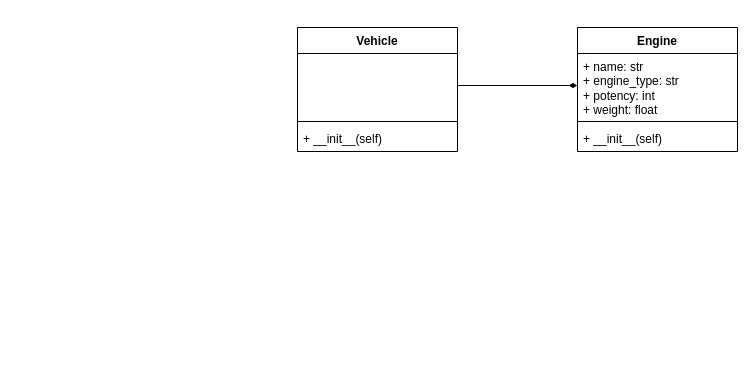
This is WorkShops/WorkShop-1/SM-WorkShop1-Diagram.drawio from YoshiK13/Software-Modeling-1, a draw.io file, before an edit. Source tidied: cells renumbered, new cells numbered last; positions are measured from the earlier drawing's top-left corner, leaving out a move shared by most shapes. Both pictures are drawn from the tidied source at 100%, with x=0, y=0 at pixel (297, 27).
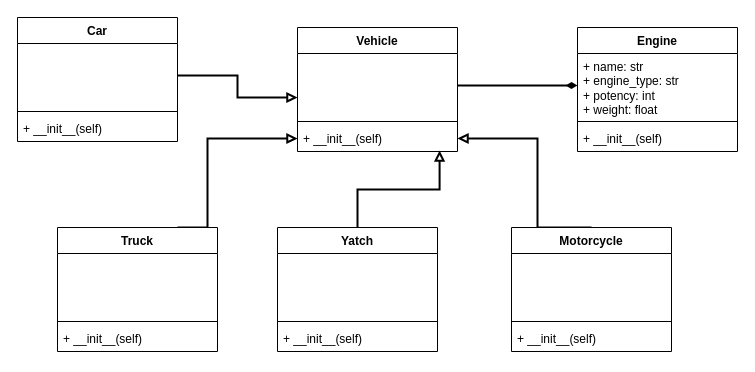
Above is the later version.

Unchanged cells that the change refers to:
```xml
<mxCell id="3" value="+ name: str&lt;div&gt;+&amp;nbsp;&lt;span style=&quot;background-color: initial;&quot;&gt;engine_type: str&lt;/span&gt;&lt;/div&gt;&lt;div&gt;&lt;span style=&quot;background-color: initial;&quot;&gt;+ potency: int&lt;/span&gt;&lt;/div&gt;&lt;div&gt;&lt;span style=&quot;background-color: initial;&quot;&gt;+ weight: float&lt;/span&gt;&lt;/div&gt;&lt;p class=&quot;MsoNormal&quot;&gt;&lt;span lang=&quot;ES-CO&quot;&gt;&lt;/span&gt;&lt;/p&gt;&lt;div&gt;&lt;br&gt;&lt;div&gt;&lt;br&gt;&lt;/div&gt;&lt;/div&gt;" style="text;strokeColor=none;fillColor=none;align=left;verticalAlign=top;spacingLeft=4;spacingRight=4;overflow=hidden;points=[[0,0.5],[1,0.5]];portConstraint=eastwest;whiteSpace=wrap;html=1;" parent="2" vertex="1">
  <mxGeometry y="26" width="160" height="64" as="geometry" />
</mxCell>
<mxCell id="7" value="&lt;div&gt;&lt;div&gt;&lt;br&gt;&lt;/div&gt;&lt;/div&gt;" style="text;strokeColor=none;fillColor=none;align=left;verticalAlign=top;spacingLeft=4;spacingRight=4;overflow=hidden;points=[[0,0.5],[1,0.5]];portConstraint=eastwest;whiteSpace=wrap;html=1;" parent="6" vertex="1">
  <mxGeometry y="26" width="160" height="64" as="geometry" />
</mxCell>
<mxCell id="9" value="+ __init__(self)" style="text;strokeColor=none;fillColor=none;align=left;verticalAlign=top;spacingLeft=4;spacingRight=4;overflow=hidden;points=[[0,0.5],[1,0.5]];portConstraint=eastwest;whiteSpace=wrap;html=1;" parent="6" vertex="1">
  <mxGeometry y="98" width="160" height="26" as="geometry" />
</mxCell>
```

Diff of the diagram source:
```diff
@@
-    <mxCell id="11" style="edgeStyle=orthogonalEdgeStyle;rounded=0;jettySize=auto;html=1;exitX=1;exitY=0.5;exitDx=0;exitDy=0;entryX=0;entryY=0.5;entryDx=0;entryDy=0;endArrow=diamondThin;endFill=1;" parent="1" edge="1" source="7" target="3">
+    <mxCell id="11" style="edgeStyle=orthogonalEdgeStyle;rounded=0;jettySize=auto;html=1;exitX=1;exitY=0.5;exitDx=0;exitDy=0;entryX=0;entryY=0.5;entryDx=0;entryDy=0;endArrow=diamondThin;endFill=1;strokeWidth=2;" parent="1" edge="1" source="7" target="3">
       <mxGeometry relative="1" as="geometry" />
     </mxCell>
+    <mxCell id="12" style="edgeStyle=orthogonalEdgeStyle;rounded=0;jettySize=auto;html=1;exitX=0.75;exitY=0;exitDx=0;exitDy=0;entryX=0;entryY=0.5;entryDx=0;entryDy=0;strokeWidth=2;endArrow=block;endFill=0;" parent="1" edge="1" source="13" target="9">
+      <mxGeometry relative="1" as="geometry">
+        <Array as="points">
+          <mxPoint x="-90" y="200" />
+          <mxPoint x="-90" y="111" />
+        </Array>
+      </mxGeometry>
+    </mxCell>
+    <mxCell id="13" value="Truck" style="swimlane;fontStyle=1;align=center;verticalAlign=top;horizontal=1;startSize=26;whiteSpace=wrap;html=1;direction=east;" parent="1" vertex="1">
+      <mxGeometry x="-240" y="200" width="160" height="124" as="geometry" />
+    </mxCell>
+    <mxCell id="14" value="&lt;div&gt;&lt;div&gt;&lt;br&gt;&lt;/div&gt;&lt;/div&gt;" style="text;strokeColor=none;fillColor=none;align=left;verticalAlign=top;spacingLeft=4;spacingRight=4;overflow=hidden;whiteSpace=wrap;html=1;" parent="13" vertex="1">
+      <mxGeometry y="26" width="160" height="64" as="geometry" />
+    </mxCell>
+    <mxCell id="15" style="line;strokeWidth=1;fillColor=none;align=left;verticalAlign=middle;spacingTop=-1;spacingLeft=3;spacingRight=3;labelPosition=right;strokeColor=inherit;" parent="13" vertex="1">
+      <mxGeometry y="90" width="160" height="8" as="geometry" />
+    </mxCell>
+    <mxCell id="16" value="+ __init__(self)" style="text;strokeColor=none;fillColor=none;align=left;verticalAlign=top;spacingLeft=4;spacingRight=4;overflow=hidden;whiteSpace=wrap;html=1;" parent="13" vertex="1">
+      <mxGeometry y="98" width="160" height="26" as="geometry" />
+    </mxCell>
+    <mxCell id="17" value="Yatch" style="swimlane;fontStyle=1;align=center;verticalAlign=top;horizontal=1;startSize=26;whiteSpace=wrap;html=1;direction=east;" parent="1" vertex="1">
+      <mxGeometry x="-20" y="200" width="160" height="124" as="geometry" />
+    </mxCell>
+    <mxCell id="18" value="&lt;div&gt;&lt;div&gt;&lt;br&gt;&lt;/div&gt;&lt;/div&gt;" style="text;strokeColor=none;fillColor=none;align=left;verticalAlign=top;spacingLeft=4;spacingRight=4;overflow=hidden;whiteSpace=wrap;html=1;" parent="17" vertex="1">
+      <mxGeometry y="26" width="160" height="64" as="geometry" />
+    </mxCell>
+    <mxCell id="19" style="line;strokeWidth=1;fillColor=none;align=left;verticalAlign=middle;spacingTop=-1;spacingLeft=3;spacingRight=3;labelPosition=right;strokeColor=inherit;" parent="17" vertex="1">
+      <mxGeometry y="90" width="160" height="8" as="geometry" />
+    </mxCell>
+    <mxCell id="20" value="+ __init__(self)" style="text;strokeColor=none;fillColor=none;align=left;verticalAlign=top;spacingLeft=4;spacingRight=4;overflow=hidden;whiteSpace=wrap;html=1;" parent="17" vertex="1">
+      <mxGeometry y="98" width="160" height="26" as="geometry" />
+    </mxCell>
+    <mxCell id="21" style="edgeStyle=orthogonalEdgeStyle;rounded=0;jettySize=auto;html=1;exitX=0.5;exitY=0;exitDx=0;exitDy=0;entryX=1;entryY=0.5;entryDx=0;entryDy=0;strokeWidth=2;endArrow=block;endFill=0;" parent="1" edge="1" source="22" target="9">
+      <mxGeometry relative="1" as="geometry">
+        <Array as="points">
+          <mxPoint x="240" y="200" />
+          <mxPoint x="240" y="111" />
+        </Array>
+      </mxGeometry>
+    </mxCell>
+    <mxCell id="22" value="Motorcycle" style="swimlane;fontStyle=1;align=center;verticalAlign=top;horizontal=1;startSize=26;whiteSpace=wrap;html=1;direction=east;" parent="1" vertex="1">
+      <mxGeometry x="214" y="200" width="160" height="124" as="geometry" />
+    </mxCell>
+    <mxCell id="23" value="&lt;div&gt;&lt;div&gt;&lt;br&gt;&lt;/div&gt;&lt;/div&gt;" style="text;strokeColor=none;fillColor=none;align=left;verticalAlign=top;spacingLeft=4;spacingRight=4;overflow=hidden;whiteSpace=wrap;html=1;" parent="22" vertex="1">
+      <mxGeometry y="26" width="160" height="64" as="geometry" />
+    </mxCell>
+    <mxCell id="24" style="line;strokeWidth=1;fillColor=none;align=left;verticalAlign=middle;spacingTop=-1;spacingLeft=3;spacingRight=3;labelPosition=right;strokeColor=inherit;" parent="22" vertex="1">
+      <mxGeometry y="90" width="160" height="8" as="geometry" />
+    </mxCell>
+    <mxCell id="25" value="+ __init__(self)" style="text;strokeColor=none;fillColor=none;align=left;verticalAlign=top;spacingLeft=4;spacingRight=4;overflow=hidden;whiteSpace=wrap;html=1;" parent="22" vertex="1">
+      <mxGeometry y="98" width="160" height="26" as="geometry" />
+    </mxCell>
+    <mxCell id="26" value="Car" style="swimlane;fontStyle=1;align=center;verticalAlign=top;horizontal=1;startSize=26;whiteSpace=wrap;html=1;direction=east;" parent="1" vertex="1">
+      <mxGeometry x="-280" y="-10" width="160" height="124" as="geometry" />
+    </mxCell>
+    <mxCell id="27" value="&lt;div&gt;&lt;div&gt;&lt;br&gt;&lt;/div&gt;&lt;/div&gt;" style="text;strokeColor=none;fillColor=none;align=left;verticalAlign=top;spacingLeft=4;spacingRight=4;overflow=hidden;points=[[0,0.5],[1,0.5]];portConstraint=eastwest;whiteSpace=wrap;html=1;" parent="26" vertex="1">
+      <mxGeometry y="26" width="160" height="64" as="geometry" />
+    </mxCell>
+    <mxCell id="28" style="line;strokeWidth=1;fillColor=none;align=left;verticalAlign=middle;spacingTop=-1;spacingLeft=3;spacingRight=3;labelPosition=right;strokeColor=inherit;" parent="26" vertex="1">
+      <mxGeometry y="90" width="160" height="8" as="geometry" />
+    </mxCell>
+    <mxCell id="29" value="+ __init__(self)" style="text;strokeColor=none;fillColor=none;align=left;verticalAlign=top;spacingLeft=4;spacingRight=4;overflow=hidden;whiteSpace=wrap;html=1;" parent="26" vertex="1">
+      <mxGeometry y="98" width="160" height="26" as="geometry" />
+    </mxCell>
+    <mxCell id="30" style="edgeStyle=orthogonalEdgeStyle;rounded=0;jettySize=auto;html=1;exitX=1;exitY=0.5;exitDx=0;exitDy=0;endArrow=block;endFill=0;strokeWidth=2;" parent="1" edge="1" source="27" target="7">
+      <mxGeometry relative="1" as="geometry">
+        <Array as="points">
+          <mxPoint x="-60" y="48" />
+          <mxPoint x="-60" y="70" />
+        </Array>
+      </mxGeometry>
+    </mxCell>
+    <mxCell id="31" style="edgeStyle=orthogonalEdgeStyle;rounded=0;jettySize=auto;html=1;exitX=0.5;exitY=0;exitDx=0;exitDy=0;entryX=0.888;entryY=0.962;entryDx=0;entryDy=0;entryPerimeter=0;strokeWidth=2;endArrow=block;endFill=0;" parent="1" edge="1" source="17" target="9">
+      <mxGeometry relative="1" as="geometry" />
+    </mxCell>
```
